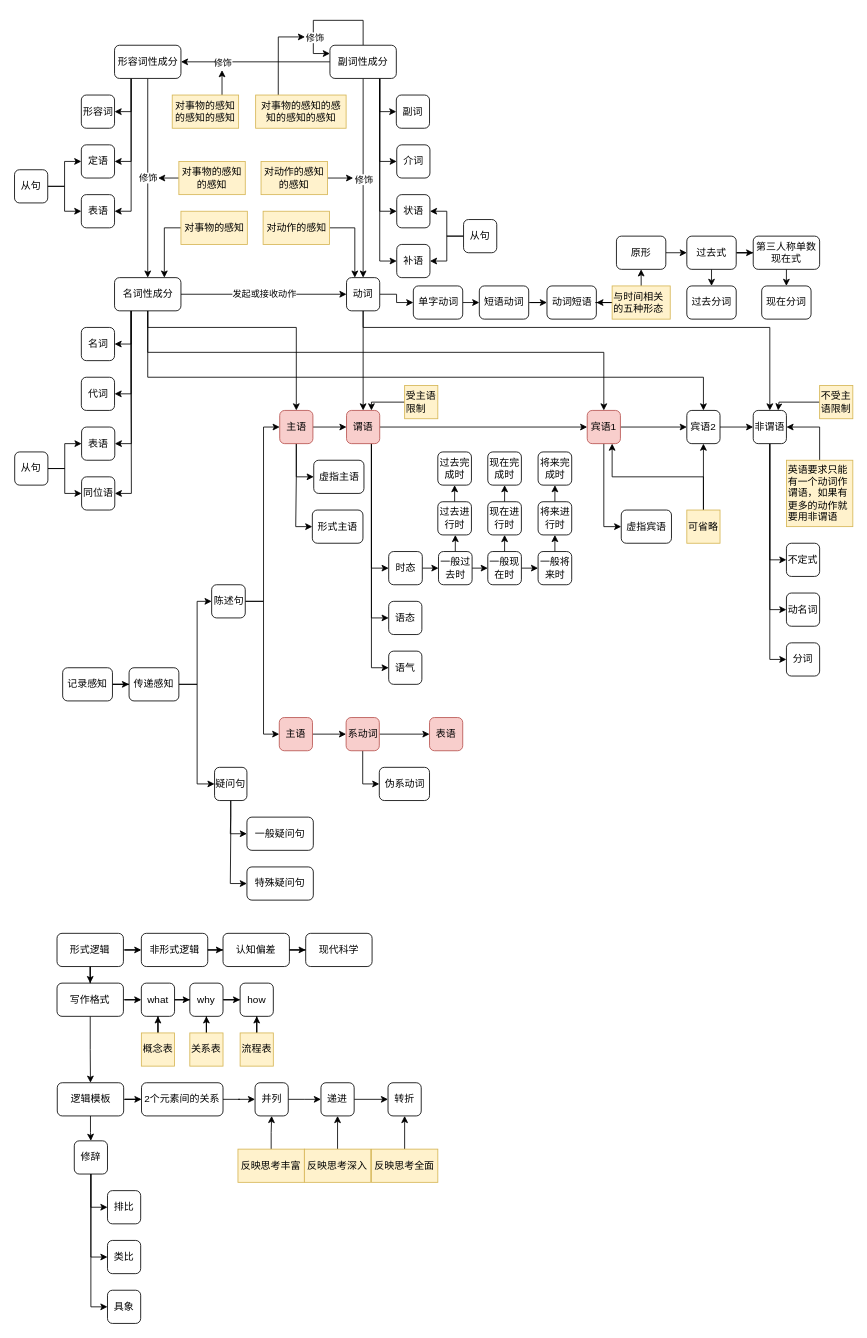
This is 语言文字.drawio from yanhanfrontend/draw.io.workspace, a draw.io file, before an edit. Source tidied: cells renumbered, new cells numbered last; positions are measured from the earlier drawing's top-left corner, leaving out a move shared by most shapes. Both pictures are drawn from the tidied source at 83%, with x=0, y=0 at pixel (14, 20).
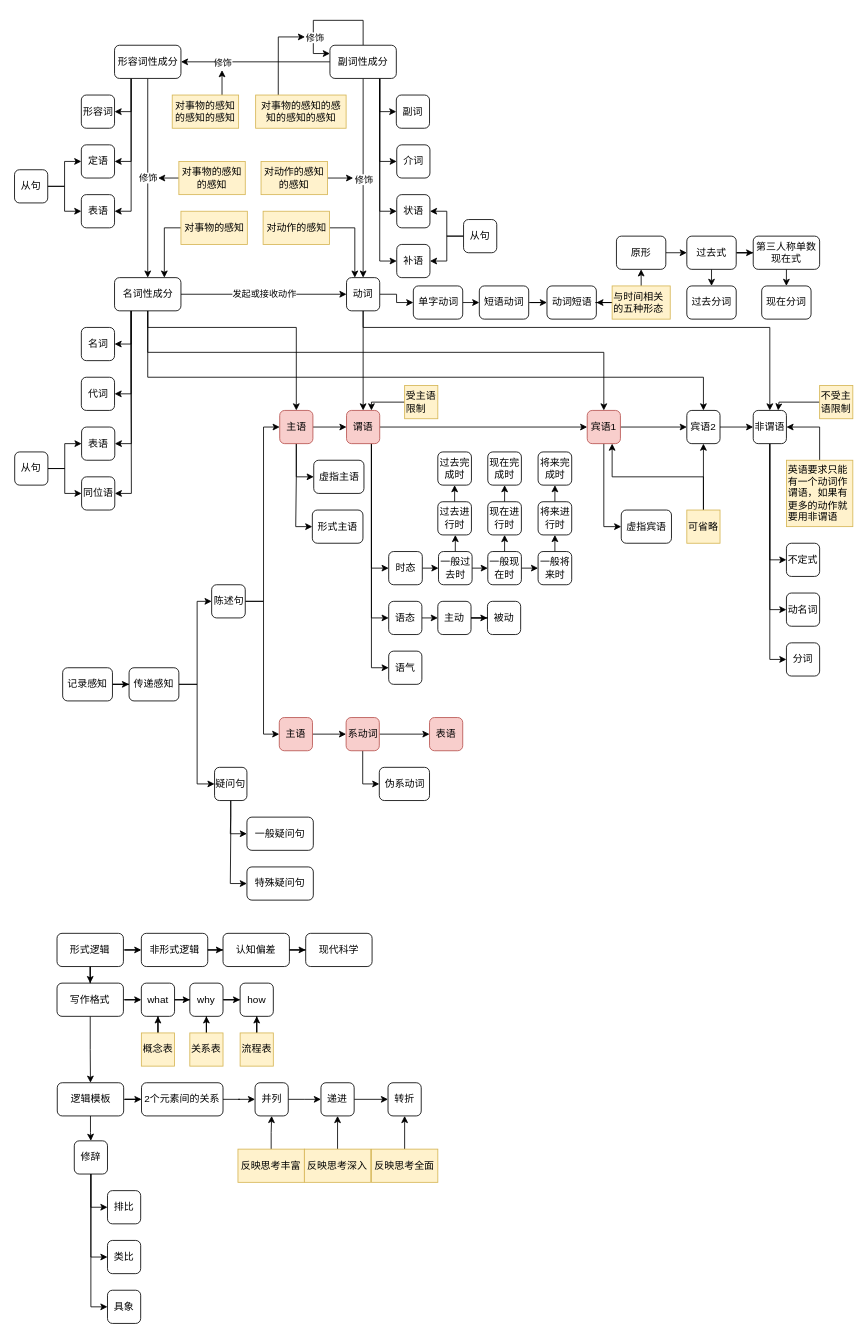
After the change.

Commit message (it also covers changes not shown here):
更新语言文字.drawio

The change refers to these unchanged cells:
```xml
<mxCell id="158" value="语态" style="rounded=1;whiteSpace=wrap;html=1;" parent="1" vertex="1">
  <mxGeometry x="450.8" y="700" width="40" height="40" as="geometry" />
</mxCell>
```

Change to the diagram source:
```diff
@@
+    <mxCell id="199" style="edgeStyle=orthogonalEdgeStyle;rounded=0;jettySize=auto;html=1;exitX=1;exitY=0.5;exitDx=0;exitDy=0;entryX=0;entryY=0.5;entryDx=0;entryDy=0;" parent="1" edge="1" source="158" target="202">
+      <mxGeometry relative="1" as="geometry" />
+    </mxCell>
@@
+    <mxCell id="200" value="被动" style="rounded=1;whiteSpace=wrap;html=1;" parent="1" vertex="1">
+      <mxGeometry x="569.8" y="700" width="40" height="40" as="geometry" />
+    </mxCell>
+    <mxCell id="201" style="edgeStyle=orthogonalEdgeStyle;rounded=0;jettySize=auto;html=1;exitX=1;exitY=0.5;exitDx=0;exitDy=0;" parent="1" edge="1" source="202" target="200">
+      <mxGeometry relative="1" as="geometry" />
+    </mxCell>
+    <mxCell id="202" value="主动" style="rounded=1;whiteSpace=wrap;html=1;" parent="1" vertex="1">
+      <mxGeometry x="510" y="700" width="40" height="40" as="geometry" />
+    </mxCell>
```
